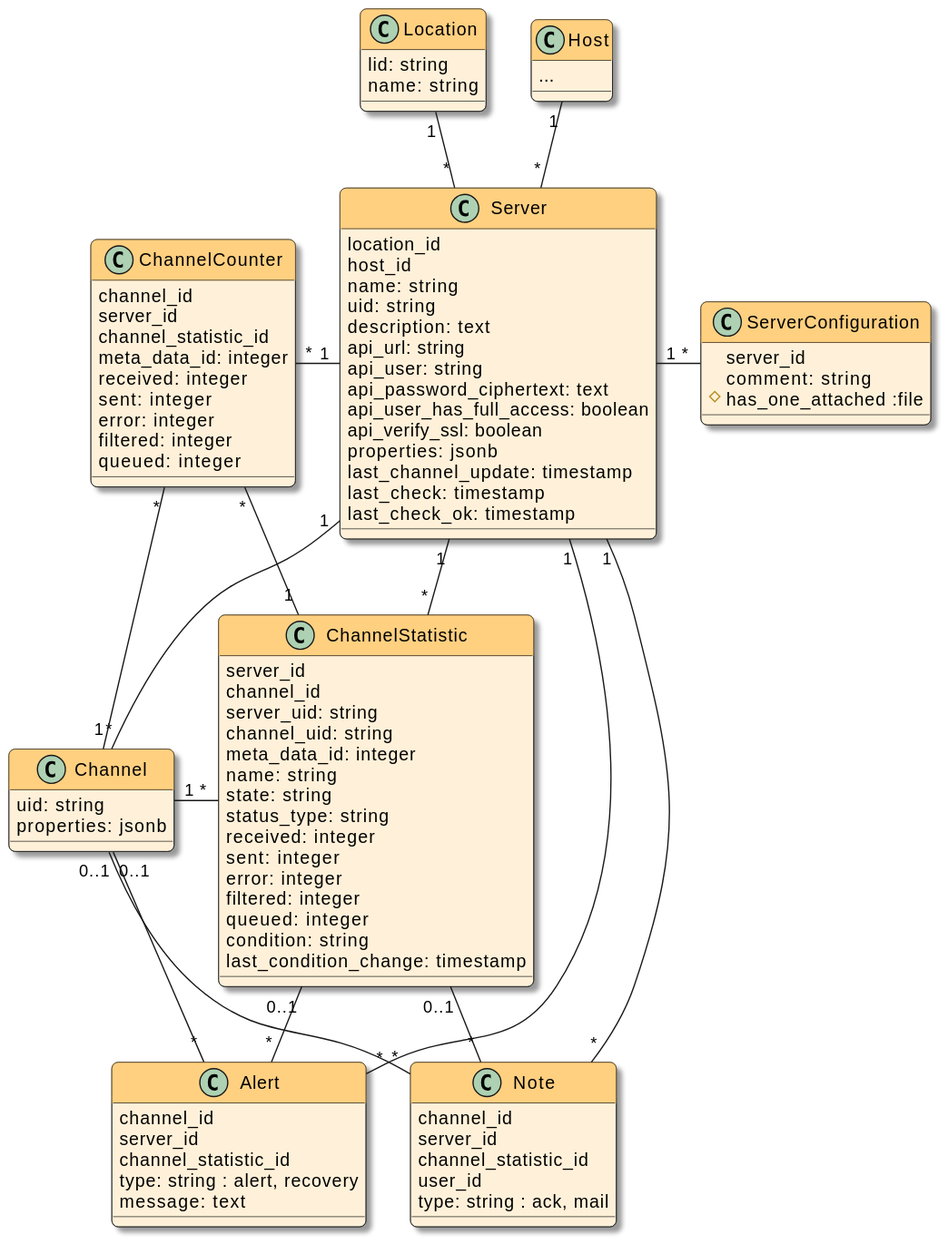
Earlier version of the PlantUML export public/docs/dev-notes/_images/models.svg (swobspace/mirco).
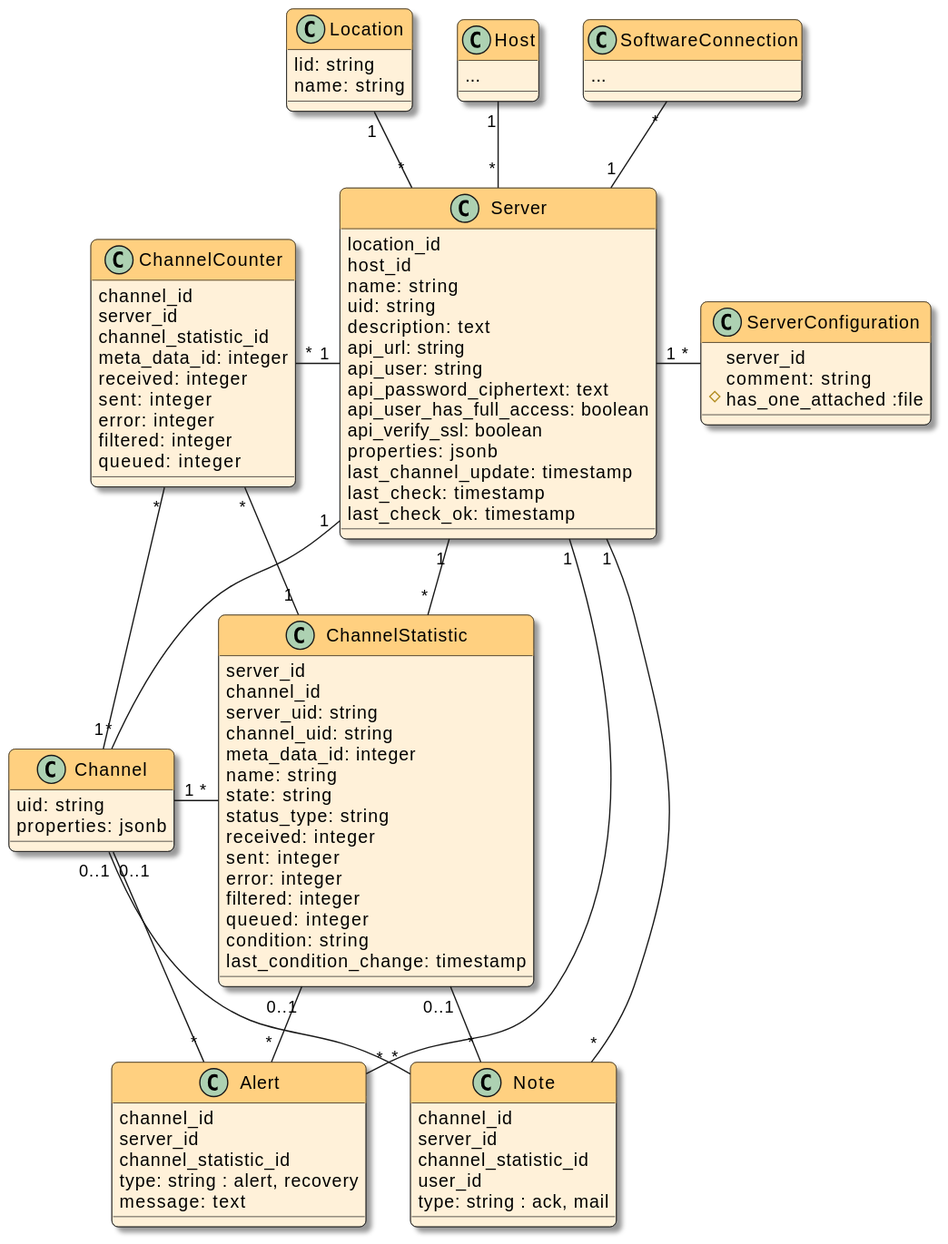
After the change.

The edit, as a diff of the source:
```diff
@@ -8,6 +8,9 @@
   name: string
 }
 class Host {
+  ...
+}
+class SoftwareConnection {
   ...
 }
 
@@ -87,6 +90,7 @@
 
 Location "1" -- "*" Server
 Host "1" -- "*" Server
+SoftwareConnection "*" -- "1" "Server"
 Server "1" -- "*" Channel
 Server "1" - "*" ServerConfiguration
 Server "1" - "*" ChannelStatistic
```
